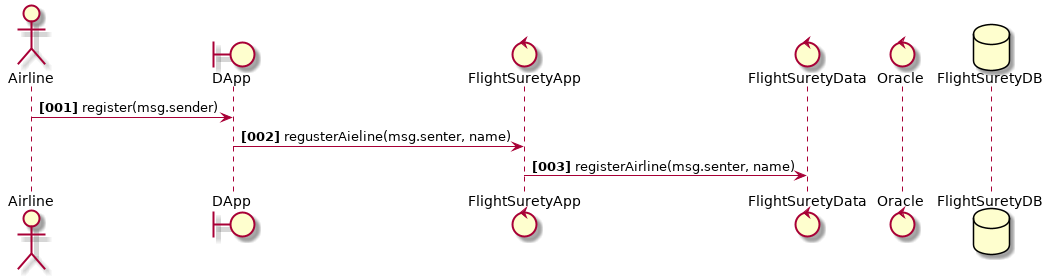
Earlier version of the PlantUML export out/projects/project_FlightSurety/UML/seq_registerAirline/seq_registerAirline.png (HajimeK/BlockchainDevND).
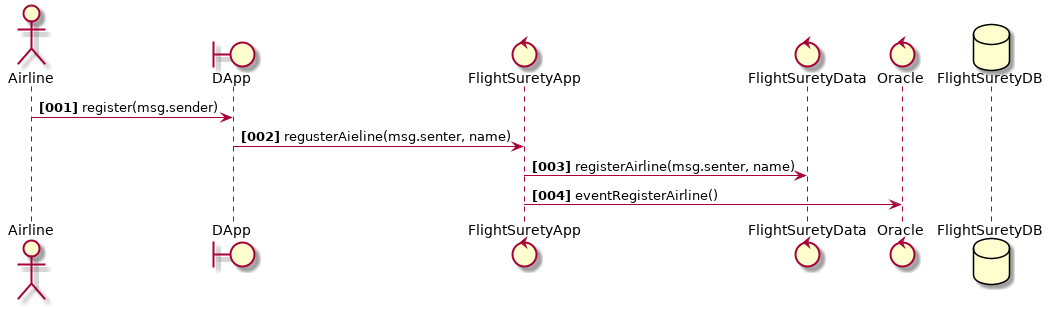
Above is the later version.

The edit, as a diff of the source:
```diff
@@ -10,5 +10,5 @@
 Airline -> DApp : register(msg.sender)
 DApp -> FlightSuretyApp :regusterAieline(msg.senter, name)
 FlightSuretyApp -> FlightSuretyData : registerAirline(msg.senter, name)
-
+FlightSuretyApp -> Oracle : eventRegisterAirline()
 @enduml
```
